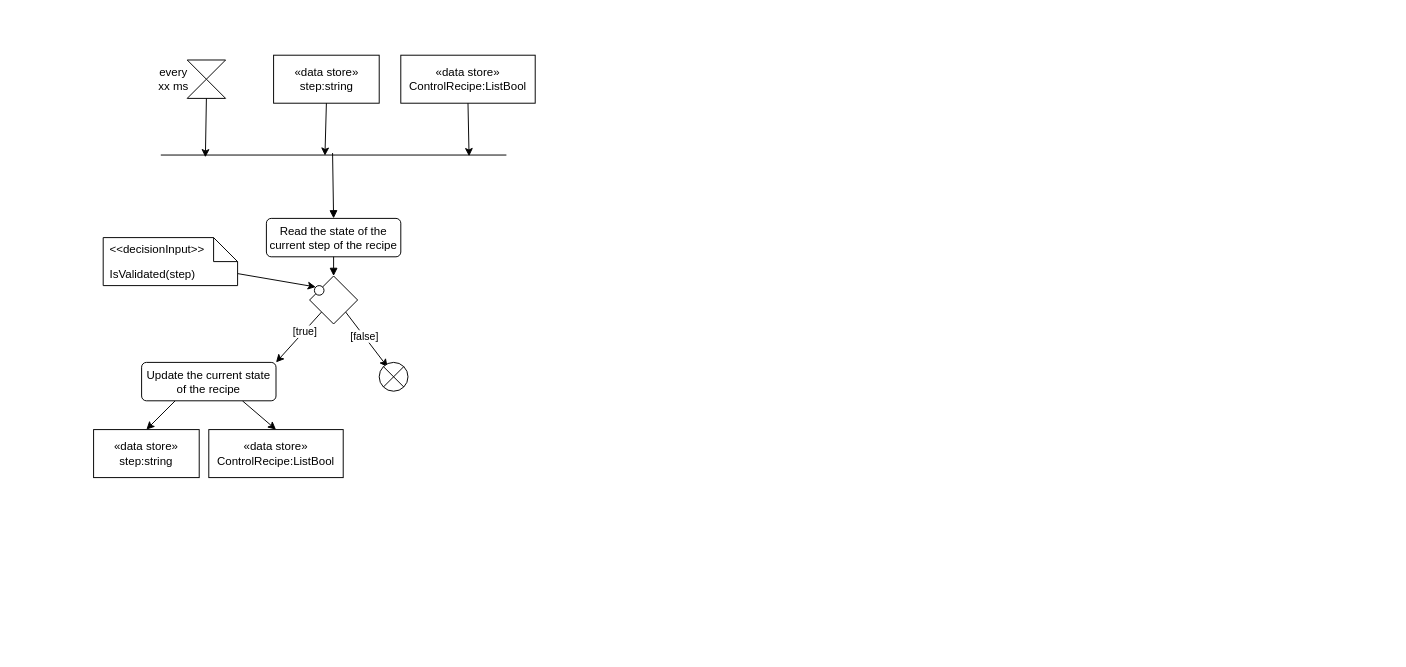
Earlier version of the draw.io diagram src/recipe_tracking/diagrams/activity_diagram.drawio (ignithor/Assignment_Cogar_Group_C). Source tidied: cells renumbered, new cells numbered last; positions are measured from the earlier drawing's top-left corner, leaving out a move shared by most shapes. Both pictures are drawn from the tidied source at 96%, with x=0, y=0 at pixel (93, 55).
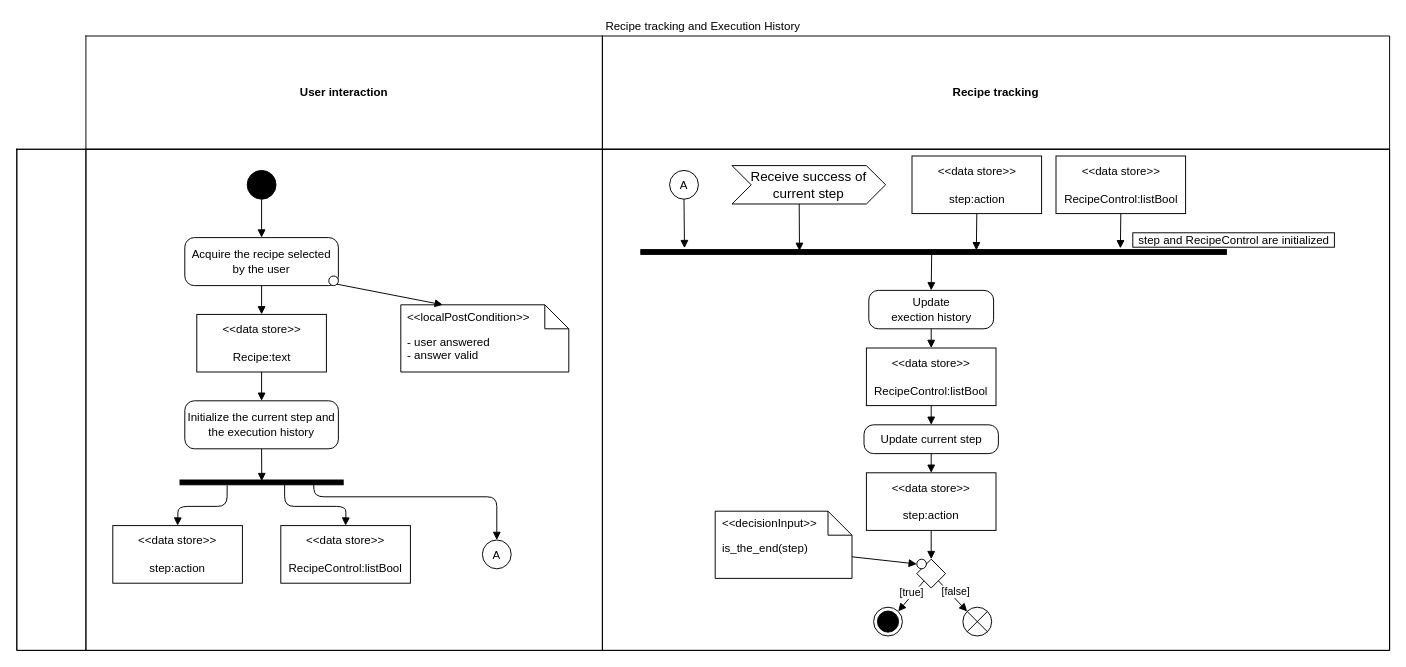
Above is the later version.

Diff of the diagram source:
```diff
@@
-    <mxCell id="2" style="shape=collate;html=1;" parent="1" vertex="1">
-      <mxGeometry x="97.5" y="5" width="40" height="40" as="geometry" />
+    <mxCell id="2" value="Recipe tracking and Execution History" style="shape=table;html=1;whiteSpace=wrap;startSize=20;childLayout=tableLayout;fillColor=none;swimlaneFillColor=#ffffff;strokeColor=none;" parent="1" vertex="1">
+      <mxGeometry x="-80" y="-40" width="1430" height="660" as="geometry" />
     </mxCell>
+    <mxCell id="28" style="shape=partialRectangle;html=1;whiteSpace=wrap;fillColor=none;top=0;left=0;bottom=0;right=0;strokeColor=none;" parent="2" vertex="1">
+      <mxGeometry y="20" width="1430" height="118" as="geometry" />
+    </mxCell>
+    <mxCell id="29" style="shape=partialRectangle;html=1;whiteSpace=wrap;fillColor=none;top=1;left=1;bottom=1;right=1;overflow=hidden;strokeColor=none;" parent="28" vertex="1">
+      <mxGeometry width="72" height="118" as="geometry" />
+    </mxCell>
-    <mxCell id="3" value="Read the state of the current step of the recipe" style="html=1;align=center;verticalAlign=top;rounded=1;absoluteArcSize=1;arcSize=10;dashed=0;whiteSpace=wrap;" parent="1" vertex="1">
-      <mxGeometry x="180" y="170" width="140" height="40" as="geometry" />
+    <mxCell id="3" value="&lt;b&gt;User interaction&lt;/b&gt;" style="shape=partialRectangle;html=1;whiteSpace=wrap;fillColor=none;top=1;left=1;bottom=1;right=1;overflow=hidden;" parent="28" vertex="1">
+      <mxGeometry x="72" width="538" height="118" as="geometry" />
     </mxCell>
-    <mxCell id="4" style="line;strokeWidth=1;fillColor=none;align=left;verticalAlign=middle;spacingTop=-1;spacingLeft=3;spacingRight=3;labelPosition=right;points=[];portConstraint=eastwest;strokeColor=inherit;" parent="1" vertex="1">
-      <mxGeometry x="70" y="100" width="360" height="8" as="geometry" />
-    </mxCell>
-    <mxCell id="5" value="«data store»&lt;br&gt;step:string" style="html=1;whiteSpace=wrap;" parent="1" vertex="1">
-      <mxGeometry x="187.5" width="110" height="50" as="geometry" />
-    </mxCell>
-    <mxCell id="6" style="edgeStyle=none;html=1;exitX=0.5;exitY=1;exitDx=0;exitDy=0;entryX=0.129;entryY=0.792;entryDx=0;entryDy=0;entryPerimeter=0;" parent="1" edge="1" source="2" target="4">
-      <mxGeometry relative="1" as="geometry" />
-    </mxCell>
-    <mxCell id="7" style="edgeStyle=none;html=1;exitX=0.5;exitY=1;exitDx=0;exitDy=0;entryX=0.475;entryY=0.584;entryDx=0;entryDy=0;entryPerimeter=0;" parent="1" edge="1" source="5" target="4">
-      <mxGeometry relative="1" as="geometry" />
-    </mxCell>
-    <mxCell id="8" style="edgeStyle=none;html=1;exitX=0;exitY=1;exitDx=0;exitDy=0;entryX=1;entryY=0;entryDx=0;entryDy=0;" parent="1" edge="1" source="12" target="21">
-      <mxGeometry relative="1" as="geometry" />
-    </mxCell>
-    <mxCell id="9" value="[true]" style="edgeLabel;html=1;align=center;verticalAlign=middle;points=[];" parent="8" vertex="1">
-      <mxGeometry x="-0.24" relative="1" as="geometry" />
-    </mxCell>
-    <mxCell id="10" style="edgeStyle=none;html=1;exitX=1;exitY=1;exitDx=0;exitDy=0;entryX=0.291;entryY=0.163;entryDx=0;entryDy=0;entryPerimeter=0;" parent="1" edge="1" source="12" target="27">
-      <mxGeometry relative="1" as="geometry" />
-    </mxCell>
-    <mxCell id="11" value="[false]" style="edgeLabel;html=1;align=center;verticalAlign=middle;" parent="10" vertex="1">
-      <mxGeometry x="-0.14" relative="1" as="geometry" />
-    </mxCell>
+    <mxCell id="30" value="&lt;b&gt;Recipe tracking&lt;/b&gt;" style="shape=partialRectangle;html=1;whiteSpace=wrap;fillColor=none;top=1;left=1;bottom=1;right=1;overflow=hidden;" parent="28" vertex="1">
+      <mxGeometry x="610" width="820" height="118" as="geometry" />
+    </mxCell>
+    <mxCell id="31" style="shape=partialRectangle;html=1;whiteSpace=wrap;fillColor=none;top=1;left=1;bottom=1;right=1;" parent="2" vertex="1">
+      <mxGeometry y="138" width="1430" height="522" as="geometry" />
+    </mxCell>
+    <mxCell id="32" style="shape=partialRectangle;html=1;whiteSpace=wrap;fillColor=none;top=1;left=1;bottom=1;right=1;overflow=hidden;horizontal=0;" parent="31" vertex="1">
+      <mxGeometry width="72" height="522" as="geometry" />
+    </mxCell>
+    <mxCell id="33" style="shape=partialRectangle;html=1;whiteSpace=wrap;fillColor=none;top=1;left=1;bottom=1;right=1;overflow=hidden;" parent="31" vertex="1">
+      <mxGeometry x="72" width="538" height="522" as="geometry" />
+    </mxCell>
-    <mxCell id="12" style="rhombus;" parent="1" vertex="1">
-      <mxGeometry x="225" y="230" width="50" height="50" as="geometry" />
+    <mxCell id="12" style="shape=partialRectangle;html=1;whiteSpace=wrap;fillColor=none;top=1;left=1;bottom=1;right=1;overflow=hidden;" parent="31" vertex="1">
+      <mxGeometry x="610" width="820" height="522" as="geometry" />
     </mxCell>
+    <mxCell id="34" style="ellipse;fillColor=strokeColor;html=1;" parent="1" vertex="1">
+      <mxGeometry x="160" y="120" width="30" height="30" as="geometry" />
+    </mxCell>
-    <mxCell id="13" style="html=1;verticalAlign=bottom;labelBackgroundColor=none;endArrow=block;endFill=1;entryX=0.5;entryY=0;entryDx=0;entryDy=0;exitX=0.5;exitY=1;exitDx=0;exitDy=0;" parent="1" edge="1" source="3" target="12">
-      <mxGeometry relative="1" as="geometry" />
+    <mxCell id="13" style="html=1;verticalAlign=bottom;labelBackgroundColor=none;endArrow=block;endFill=1;endSize=6;align=left;exitX=0.5;exitY=1;exitDx=0;exitDy=0;entryX=0.5;entryY=0;entryDx=0;entryDy=0;" parent="1" edge="1" source="34" target="14">
+      <mxGeometry x="-1" relative="1" as="geometry" />
     </mxCell>
-    <mxCell id="14" style="html=1;verticalAlign=bottom;labelBackgroundColor=none;endArrow=block;endFill=1;entryX=0.5;entryY=0;entryDx=0;entryDy=0;exitX=0.497;exitY=0.237;exitDx=0;exitDy=0;exitPerimeter=0;" parent="1" edge="1" source="4" target="3">
-      <mxGeometry relative="1" as="geometry" />
+    <mxCell id="14" value="Acquire the recipe selected by the user" style="html=1;dashed=0;rounded=1;absoluteArcSize=1;arcSize=20;verticalAlign=middle;align=center;whiteSpace=wrap;" parent="1" vertex="1">
+      <mxGeometry x="95" y="190" width="160" height="50" as="geometry" />
     </mxCell>
+    <mxCell id="18" style="ellipse;" parent="1" vertex="1">
+      <mxGeometry x="245" y="230" width="10" height="10" as="geometry" />
+    </mxCell>
+    <mxCell id="35" value="- user answered&lt;div&gt;- answer valid&lt;/div&gt;" style="shape=note2;boundedLbl=1;whiteSpace=wrap;html=1;size=25;verticalAlign=top;align=left;spacingLeft=5;" parent="1" vertex="1">
+      <mxGeometry x="320" y="260" width="175" height="70" as="geometry" />
+    </mxCell>
+    <mxCell id="36" value="&amp;lt;&amp;lt;localPostCondition&amp;gt;&amp;gt;" style="strokeColor=none;fillColor=none;align=left;spacingLeft=5;whiteSpace=wrap;html=1;" parent="35" vertex="1">
+      <mxGeometry width="175" height="25" relative="1" as="geometry" />
+    </mxCell>
+    <mxCell id="21" style="html=1;verticalAlign=bottom;labelBackgroundColor=none;endArrow=block;endFill=1;endSize=6;align=left;exitX=1;exitY=1;exitDx=0;exitDy=0;entryX=0.25;entryY=0;entryDx=0;entryDy=0;" parent="1" edge="1" source="18" target="36">
+      <mxGeometry x="-1" relative="1" as="geometry" />
+    </mxCell>
+    <mxCell id="8" value="&amp;lt;&amp;lt;data store&amp;gt;&amp;gt;&lt;br&gt;&lt;br&gt;Recipe:text" style="html=1;align=center;verticalAlign=middle;dashed=0;whiteSpace=wrap;" parent="1" vertex="1">
+      <mxGeometry x="107.5" y="270" width="135" height="60" as="geometry" />
+    </mxCell>
+    <mxCell id="10" style="html=1;verticalAlign=bottom;labelBackgroundColor=none;endArrow=block;endFill=1;endSize=6;align=left;exitX=0.5;exitY=1;exitDx=0;exitDy=0;entryX=0.5;entryY=0;entryDx=0;entryDy=0;" parent="1" edge="1" source="14" target="8">
+      <mxGeometry x="-1" relative="1" as="geometry" />
+    </mxCell>
+    <mxCell id="9" value="Initialize the current step and the execution history" style="html=1;dashed=0;rounded=1;absoluteArcSize=1;arcSize=20;verticalAlign=middle;align=center;whiteSpace=wrap;" parent="1" vertex="1">
+      <mxGeometry x="95" y="360" width="160" height="50" as="geometry" />
+    </mxCell>
+    <mxCell id="11" style="html=1;verticalAlign=bottom;labelBackgroundColor=none;endArrow=block;endFill=1;endSize=6;align=left;exitX=0.5;exitY=1;exitDx=0;exitDy=0;entryX=0.5;entryY=0;entryDx=0;entryDy=0;" parent="1" edge="1" source="8" target="9">
+      <mxGeometry x="-1" relative="1" as="geometry" />
+    </mxCell>
+    <mxCell id="22" value="&amp;lt;&amp;lt;data store&amp;gt;&amp;gt;&lt;br&gt;&lt;br&gt;step:action" style="html=1;align=center;verticalAlign=middle;dashed=0;whiteSpace=wrap;" parent="1" vertex="1">
+      <mxGeometry x="20" y="490" width="135" height="60" as="geometry" />
+    </mxCell>
+    <mxCell id="37" style="html=1;points=[];perimeter=orthogonalPerimeter;fillColor=strokeColor;rotation=90;" parent="1" vertex="1">
+      <mxGeometry x="172.5" y="360" width="5" height="170" as="geometry" />
+    </mxCell>
+    <mxCell id="38" value="&amp;lt;&amp;lt;data store&amp;gt;&amp;gt;&lt;br&gt;&lt;br&gt;RecipeControl:listBool" style="html=1;align=center;verticalAlign=middle;dashed=0;whiteSpace=wrap;" parent="1" vertex="1">
+      <mxGeometry x="195" y="490" width="135" height="60" as="geometry" />
+    </mxCell>
+    <mxCell id="39" style="html=1;verticalAlign=bottom;labelBackgroundColor=none;endArrow=block;endFill=1;endSize=6;align=left;exitX=0.5;exitY=1;exitDx=0;exitDy=0;entryX=0.244;entryY=0.499;entryDx=0;entryDy=0;entryPerimeter=0;" parent="1" edge="1" source="9" target="37">
+      <mxGeometry x="-1" relative="1" as="geometry" />
+    </mxCell>
+    <mxCell id="19" style="html=1;verticalAlign=bottom;labelBackgroundColor=none;endArrow=block;endFill=1;endSize=6;align=left;exitX=1.108;exitY=0.711;exitDx=0;exitDy=0;entryX=0.5;entryY=0;entryDx=0;entryDy=0;exitPerimeter=0;" parent="1" edge="1" source="37" target="22">
+      <mxGeometry x="-1" relative="1" as="geometry">
+        <Array as="points">
+          <mxPoint x="139" y="470" />
+          <mxPoint x="88" y="470" />
+        </Array>
+      </mxGeometry>
+    </mxCell>
+    <mxCell id="23" style="html=1;verticalAlign=bottom;labelBackgroundColor=none;endArrow=block;endFill=1;endSize=6;align=left;entryX=0.5;entryY=0;entryDx=0;entryDy=0;" parent="1" edge="1" target="38">
+      <mxGeometry x="-1" relative="1" as="geometry">
+        <mxPoint x="199" y="445" as="sourcePoint" />
+        <Array as="points">
+          <mxPoint x="199" y="470" />
+          <mxPoint x="263" y="470" />
+        </Array>
+      </mxGeometry>
+    </mxCell>
-    <mxCell id="15" style="edgeStyle=none;html=1;exitX=0;exitY=0;exitDx=140;exitDy=37.5;exitPerimeter=0;entryX=0;entryY=0;entryDx=0;entryDy=0;" parent="1" edge="1" source="16" target="18">
-      <mxGeometry relative="1" as="geometry" />
+    <mxCell id="15" value="A" style="ellipse;" parent="1" vertex="1">
+      <mxGeometry x="405" y="505" width="30" height="30" as="geometry" />
     </mxCell>
-    <mxCell id="16" value="IsValidated(step)" style="shape=note2;boundedLbl=1;whiteSpace=wrap;html=1;size=25;verticalAlign=top;align=left;spacingLeft=5;" parent="1" vertex="1">
-      <mxGeometry x="10" y="190" width="140" height="50" as="geometry" />
-    </mxCell>
-    <mxCell id="17" value="&amp;lt;&amp;lt;decisionInput&amp;gt;&amp;gt;" style="strokeColor=none;fillColor=none;align=left;spacingLeft=5;whiteSpace=wrap;html=1;" parent="16" vertex="1">
-      <mxGeometry width="140" height="25" relative="1" as="geometry" />
-    </mxCell>
-    <mxCell id="18" style="ellipse;" parent="1" vertex="1">
-      <mxGeometry x="230" y="240" width="10" height="10" as="geometry" />
-    </mxCell>
-    <mxCell id="19" style="edgeStyle=none;html=1;exitX=0.25;exitY=1;exitDx=0;exitDy=0;entryX=0.5;entryY=0;entryDx=0;entryDy=0;" parent="1" edge="1" source="21" target="22">
-      <mxGeometry relative="1" as="geometry" />
-    </mxCell>
-    <mxCell id="20" style="edgeStyle=none;html=1;exitX=0.75;exitY=1;exitDx=0;exitDy=0;entryX=0.5;entryY=0;entryDx=0;entryDy=0;" parent="1" edge="1" source="21" target="23">
-      <mxGeometry relative="1" as="geometry" />
-    </mxCell>
-    <mxCell id="21" value="Update the current state of the recipe" style="html=1;align=center;verticalAlign=top;rounded=1;absoluteArcSize=1;arcSize=10;dashed=0;whiteSpace=wrap;" parent="1" vertex="1">
-      <mxGeometry x="50" y="320" width="140" height="40" as="geometry" />
-    </mxCell>
-    <mxCell id="22" value="«data store»&lt;br&gt;step:string" style="html=1;whiteSpace=wrap;" parent="1" vertex="1">
-      <mxGeometry y="390" width="110" height="50" as="geometry" />
-    </mxCell>
-    <mxCell id="23" value="«data store»&lt;br&gt;ControlRecipe:ListBool" style="html=1;whiteSpace=wrap;" parent="1" vertex="1">
-      <mxGeometry x="120" y="390" width="140" height="50" as="geometry" />
-    </mxCell>
-    <mxCell id="24" value="every&lt;div&gt;xx ms&lt;/div&gt;" style="text;html=1;align=center;verticalAlign=middle;strokeColor=none;fillColor=none;" parent="1" vertex="1">
-      <mxGeometry x="57.5" y="5" width="50" height="40" as="geometry" />
+    <mxCell id="24" style="html=1;verticalAlign=bottom;labelBackgroundColor=none;endArrow=block;endFill=1;endSize=6;align=left;exitX=0.441;exitY=0.182;exitDx=0;exitDy=0;entryX=0.5;entryY=0;entryDx=0;entryDy=0;exitPerimeter=0;" parent="1" edge="1" source="37" target="15">
+      <mxGeometry x="-1" relative="1" as="geometry">
+        <Array as="points">
+          <mxPoint x="230" y="460" />
+          <mxPoint x="420" y="460" />
+        </Array>
+      </mxGeometry>
     </mxCell>
-    <mxCell id="25" value="«data store»&lt;br&gt;ControlRecipe:ListBool" style="html=1;whiteSpace=wrap;" parent="1" vertex="1">
-      <mxGeometry x="320" width="140" height="50" as="geometry" />
+    <mxCell id="25" style="html=1;points=[];perimeter=orthogonalPerimeter;fillColor=strokeColor;rotation=90;" parent="1" vertex="1">
+      <mxGeometry x="872.5" y="-100" width="5" height="610" as="geometry" />
     </mxCell>
-    <mxCell id="26" style="edgeStyle=none;html=1;exitX=0.5;exitY=1;exitDx=0;exitDy=0;entryX=0.892;entryY=0.653;entryDx=0;entryDy=0;entryPerimeter=0;" parent="1" edge="1" source="25" target="4">
-      <mxGeometry relative="1" as="geometry" />
+    <mxCell id="26" value="&amp;lt;&amp;lt;data store&amp;gt;&amp;gt;&lt;br&gt;&lt;br&gt;step:action" style="html=1;align=center;verticalAlign=middle;dashed=0;whiteSpace=wrap;" parent="1" vertex="1">
+      <mxGeometry x="852.5" y="105" width="135" height="60" as="geometry" />
     </mxCell>
-    <mxCell id="27" style="shape=sumEllipse;perimeter=ellipsePerimeter;html=1;backgroundOutline=1;" parent="1" vertex="1">
-      <mxGeometry x="297.5" y="320" width="30" height="30" as="geometry" />
+    <mxCell id="27" value="&amp;lt;&amp;lt;data store&amp;gt;&amp;gt;&lt;br&gt;&lt;br&gt;RecipeControl:listBool" style="html=1;align=center;verticalAlign=middle;dashed=0;whiteSpace=wrap;" parent="1" vertex="1">
+      <mxGeometry x="1002.5" y="105" width="135" height="60" as="geometry" />
     </mxCell>
+    <mxCell id="40" value="Receive success of current step" style="html=1;shape=mxgraph.infographic.ribbonSimple;notch1=20;notch2=20;align=center;verticalAlign=middle;fontSize=14;fontStyle=0;fillColor=#FFFFFF;whiteSpace=wrap;" parent="1" vertex="1">
+      <mxGeometry x="665" y="115" width="160" height="40" as="geometry" />
+    </mxCell>
+    <mxCell id="41" value="A" style="ellipse;" parent="1" vertex="1">
+      <mxGeometry x="600" y="120" width="30" height="30" as="geometry" />
+    </mxCell>
+    <mxCell id="42" style="html=1;verticalAlign=bottom;labelBackgroundColor=none;endArrow=block;endFill=1;endSize=6;align=left;exitX=0.5;exitY=1;exitDx=0;exitDy=0;" parent="1" edge="1" source="41">
+      <mxGeometry x="-1" relative="1" as="geometry">
+        <mxPoint x="615.5" y="201" as="targetPoint" />
+      </mxGeometry>
+    </mxCell>
+    <mxCell id="43" style="html=1;verticalAlign=bottom;labelBackgroundColor=none;endArrow=block;endFill=1;endSize=6;align=left;exitX=0;exitY=0;exitDx=70;exitDy=40;exitPerimeter=0;entryX=0.274;entryY=0.729;entryDx=0;entryDy=0;entryPerimeter=0;" parent="1" edge="1" source="40" target="25">
+      <mxGeometry x="-1" relative="1" as="geometry" />
+    </mxCell>
+    <mxCell id="44" style="html=1;verticalAlign=bottom;labelBackgroundColor=none;endArrow=block;endFill=1;endSize=6;align=left;exitX=0.5;exitY=1;exitDx=0;exitDy=0;entryX=0.141;entryY=0.427;entryDx=0;entryDy=0;entryPerimeter=0;" parent="1" edge="1" source="26" target="25">
+      <mxGeometry x="-1" relative="1" as="geometry" />
+    </mxCell>
+    <mxCell id="45" style="html=1;verticalAlign=bottom;labelBackgroundColor=none;endArrow=block;endFill=1;endSize=6;align=left;exitX=0.5;exitY=1;exitDx=0;exitDy=0;entryX=-0.259;entryY=0.181;entryDx=0;entryDy=0;entryPerimeter=0;" parent="1" edge="1" source="27" target="25">
+      <mxGeometry x="-1" relative="1" as="geometry" />
+    </mxCell>
+    <mxCell id="46" value="&lt;span style=&quot;font-weight: normal;&quot;&gt;step and RecipeControl are initialized&lt;/span&gt;" style="fontStyle=1;whiteSpace=wrap;html=1;" parent="1" vertex="1">
+      <mxGeometry x="1082.5" y="185" width="210" height="15" as="geometry" />
+    </mxCell>
+    <mxCell id="47" value="Update&lt;div&gt;exection history&lt;/div&gt;" style="html=1;dashed=0;rounded=1;absoluteArcSize=1;arcSize=20;verticalAlign=middle;align=center;whiteSpace=wrap;" parent="1" vertex="1">
+      <mxGeometry x="807.5" y="245" width="130" height="40" as="geometry" />
+    </mxCell>
+    <mxCell id="48" style="html=1;verticalAlign=bottom;labelBackgroundColor=none;endArrow=block;endFill=1;endSize=6;align=left;exitX=0.5;exitY=1;exitDx=0;exitDy=0;entryX=0.5;entryY=0;entryDx=0;entryDy=0;" parent="1" edge="1" target="47">
+      <mxGeometry x="-1" relative="1" as="geometry">
+        <mxPoint x="873" y="207" as="sourcePoint" />
+      </mxGeometry>
+    </mxCell>
+    <mxCell id="49" value="&amp;lt;&amp;lt;data store&amp;gt;&amp;gt;&lt;br&gt;&lt;br&gt;RecipeControl:listBool" style="html=1;align=center;verticalAlign=middle;dashed=0;whiteSpace=wrap;" parent="1" vertex="1">
+      <mxGeometry x="805" y="305" width="135" height="60" as="geometry" />
+    </mxCell>
+    <mxCell id="50" value="Update current step" style="html=1;dashed=0;rounded=1;absoluteArcSize=1;arcSize=20;verticalAlign=middle;align=center;whiteSpace=wrap;" parent="1" vertex="1">
+      <mxGeometry x="802.5" y="385" width="140" height="30" as="geometry" />
+    </mxCell>
+    <mxCell id="51" value="&amp;lt;&amp;lt;data store&amp;gt;&amp;gt;&lt;div&gt;&lt;font color=&quot;#000000&quot;&gt;&lt;br&gt;&lt;/font&gt;step:action&lt;/div&gt;" style="html=1;align=center;verticalAlign=middle;dashed=0;whiteSpace=wrap;" parent="1" vertex="1">
+      <mxGeometry x="805" y="435" width="135" height="60" as="geometry" />
+    </mxCell>
+    <mxCell id="52" style="rhombus;" parent="1" vertex="1">
+      <mxGeometry x="857.5" y="525" width="30" height="30" as="geometry" />
+    </mxCell>
+    <mxCell id="53" style="html=1;verticalAlign=bottom;labelBackgroundColor=none;endArrow=block;endFill=1;endSize=6;align=left;exitX=0.5;exitY=1;exitDx=0;exitDy=0;entryX=0.5;entryY=0;entryDx=0;entryDy=0;" parent="1" edge="1" source="47" target="49">
+      <mxGeometry x="-1" relative="1" as="geometry" />
+    </mxCell>
+    <mxCell id="54" style="html=1;verticalAlign=bottom;labelBackgroundColor=none;endArrow=block;endFill=1;endSize=6;align=left;exitX=0.5;exitY=1;exitDx=0;exitDy=0;entryX=0.5;entryY=0;entryDx=0;entryDy=0;" parent="1" edge="1" source="49" target="50">
+      <mxGeometry x="-1" relative="1" as="geometry" />
+    </mxCell>
+    <mxCell id="55" style="html=1;verticalAlign=bottom;labelBackgroundColor=none;endArrow=block;endFill=1;endSize=6;align=left;exitX=0.5;exitY=1;exitDx=0;exitDy=0;entryX=0.5;entryY=0;entryDx=0;entryDy=0;" parent="1" edge="1" source="50" target="51">
+      <mxGeometry x="-1" relative="1" as="geometry" />
+    </mxCell>
+    <mxCell id="56" style="html=1;verticalAlign=bottom;labelBackgroundColor=none;endArrow=block;endFill=1;endSize=6;align=left;exitX=0.5;exitY=1;exitDx=0;exitDy=0;entryX=0.5;entryY=0;entryDx=0;entryDy=0;" parent="1" edge="1" source="51" target="52">
+      <mxGeometry x="-1" relative="1" as="geometry" />
+    </mxCell>
+    <mxCell id="57" style="ellipse;html=1;shape=endState;fillColor=strokeColor;" parent="1" vertex="1">
+      <mxGeometry x="812.5" y="575" width="30" height="30" as="geometry" />
+    </mxCell>
+    <mxCell id="58" style="shape=sumEllipse;perimeter=ellipsePerimeter;html=1;backgroundOutline=1;" parent="1" vertex="1">
+      <mxGeometry x="905.5" y="575" width="30" height="30" as="geometry" />
+    </mxCell>
+    <mxCell id="59" style="html=1;verticalAlign=bottom;labelBackgroundColor=none;endArrow=block;endFill=1;endSize=6;align=left;exitX=0;exitY=1;exitDx=0;exitDy=0;entryX=1;entryY=0;entryDx=0;entryDy=0;" parent="1" edge="1" source="52" target="57">
+      <mxGeometry x="-1" relative="1" as="geometry" />
+    </mxCell>
+    <mxCell id="60" value="[true]" style="edgeLabel;html=1;align=center;verticalAlign=middle;" parent="59" vertex="1">
+      <mxGeometry x="-0.15" y="-2" relative="1" as="geometry" />
+    </mxCell>
+    <mxCell id="61" style="html=1;verticalAlign=bottom;labelBackgroundColor=none;endArrow=block;endFill=1;endSize=6;align=left;exitX=1;exitY=1;exitDx=0;exitDy=0;entryX=0;entryY=0;entryDx=0;entryDy=0;" parent="1" edge="1" source="52" target="58">
+      <mxGeometry x="-1" relative="1" as="geometry" />
+    </mxCell>
+    <mxCell id="62" value="[false]" style="edgeLabel;html=1;align=center;verticalAlign=middle;" parent="61" vertex="1">
+      <mxGeometry x="-0.37" y="-1" relative="1" as="geometry">
+        <mxPoint x="9" as="offset" />
+      </mxGeometry>
+    </mxCell>
+    <mxCell id="63" style="ellipse;" parent="1" vertex="1">
+      <mxGeometry x="857.5" y="525" width="10" height="10" as="geometry" />
+    </mxCell>
+    <mxCell id="64" value="is_the_end(step)" style="shape=note2;boundedLbl=1;whiteSpace=wrap;html=1;size=25;verticalAlign=top;align=left;spacingLeft=5;" parent="1" vertex="1">
+      <mxGeometry x="647.5" y="475" width="142.5" height="70" as="geometry" />
+    </mxCell>
+    <mxCell id="17" value="&amp;lt;&amp;lt;decisionInput&amp;gt;&amp;gt;" style="strokeColor=none;fillColor=none;align=left;spacingLeft=5;whiteSpace=wrap;html=1;" parent="64" vertex="1">
+      <mxGeometry width="142.5" height="25" relative="1" as="geometry" />
+    </mxCell>
+    <mxCell id="65" style="html=1;verticalAlign=bottom;labelBackgroundColor=none;endArrow=block;endFill=1;endSize=6;align=left;exitX=0;exitY=0;exitDx=142.5;exitDy=47.5;entryX=0;entryY=0.5;entryDx=0;entryDy=0;exitPerimeter=0;" parent="1" edge="1" source="64" target="63">
+      <mxGeometry x="-1" relative="1" as="geometry" />
+    </mxCell>
```
